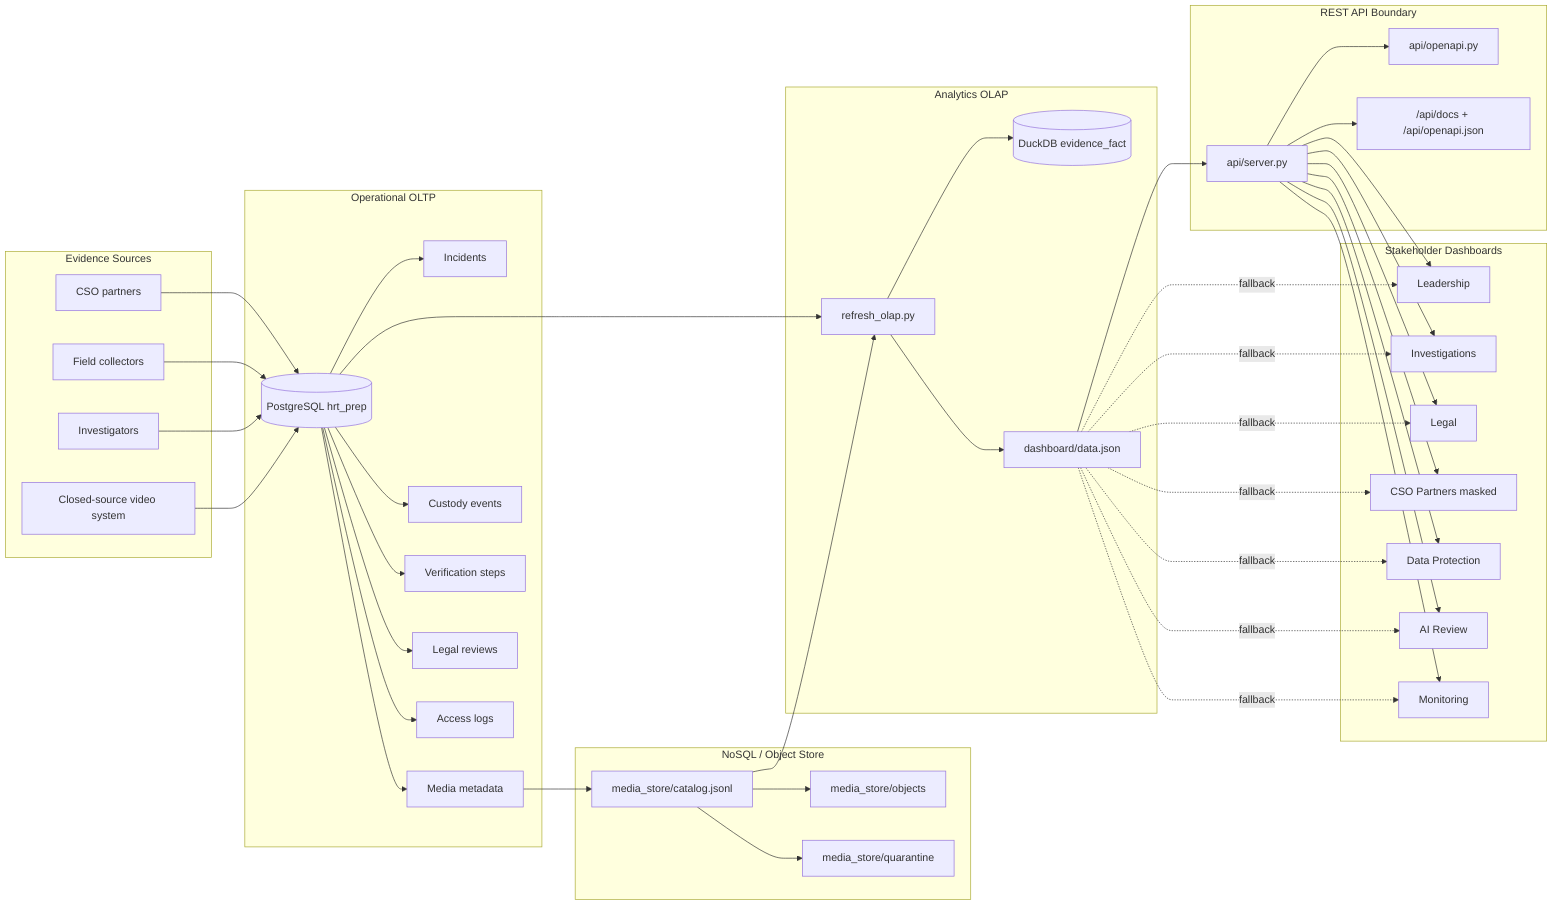
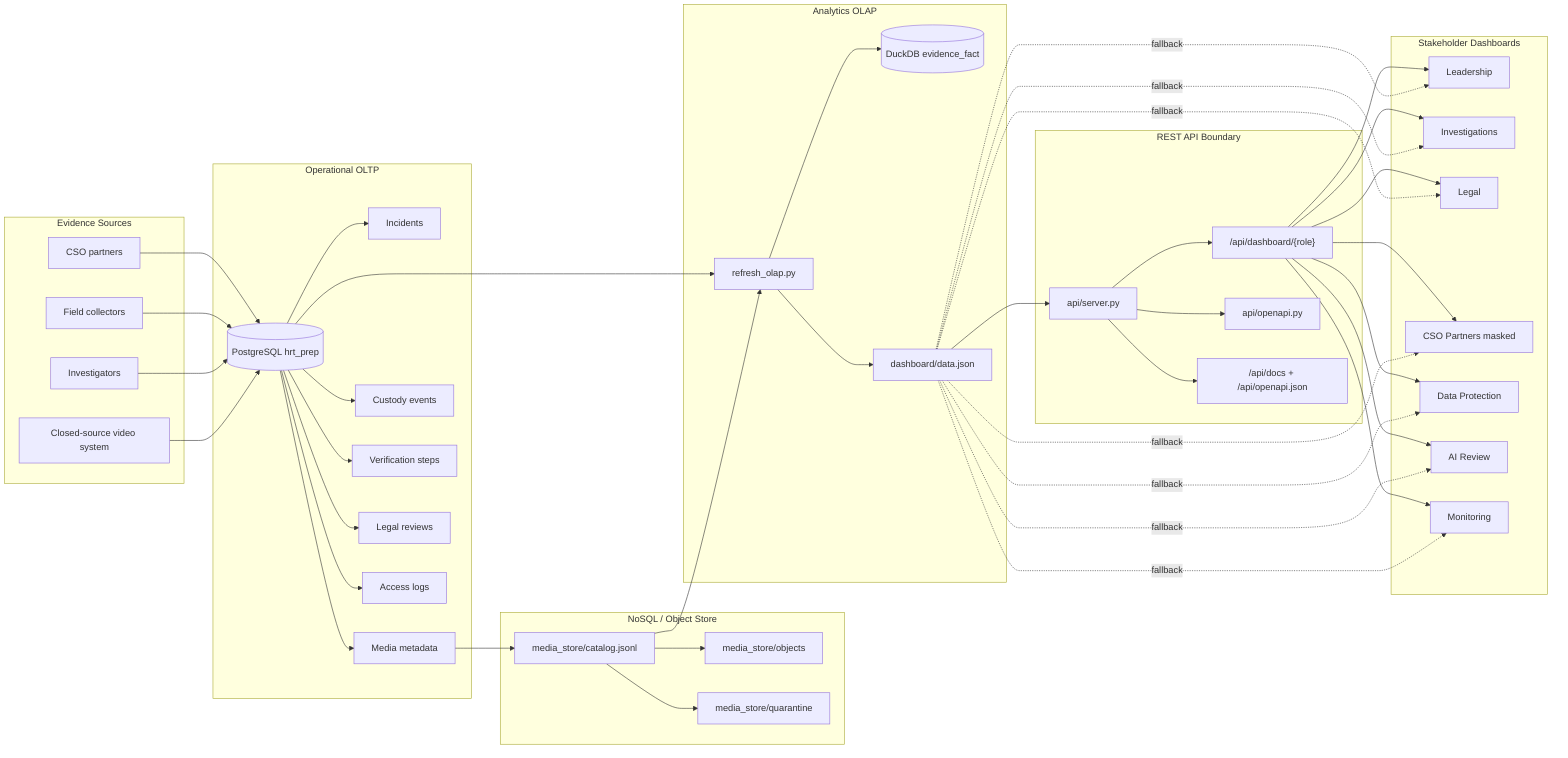
flowchart LR
    subgraph Sources[Evidence Sources]
        CSO[CSO partners]
        Field[Field collectors]
        Inv[Investigators]
        Vendor[Closed-source video system]
    end

    subgraph OLTP[Operational OLTP]
        PG[("PostgreSQL hrt_prep")]
        Incidents[Incidents]
        Media[Media metadata]
        Custody[Custody events]
        Verify[Verification steps]
        Legal[Legal reviews]
        Access[Access logs]
    end

    subgraph ObjectStore[NoSQL / Object Store]
        Catalog["media_store/catalog.jsonl"]
        Objects["media_store/objects"]
        Quarantine["media_store/quarantine"]
    end

    subgraph OLAP[Analytics OLAP]
        ETL["refresh_olap.py"]
        Duck[(DuckDB evidence_fact)]
        Snapshot["dashboard/data.json"]
    end

    subgraph API[REST API Boundary]
        ApiServer["api/server.py"]
+         RoleApi["/api/dashboard/{role}"]
        ApiContract["api/openapi.py"]
        ApiDocs["/api/docs + /api/openapi.json"]
    end

    subgraph Dashboard[Stakeholder Dashboards]
        Lead[Leadership]
        Ops[Investigations]
        Law[Legal]
        Partner[CSO Partners masked]
        DP[Data Protection]
        AI[AI Review]
        Mon[Monitoring]
    end

    CSO --> PG
    Field --> PG
    Inv --> PG
    Vendor --> PG
    PG --> Incidents
    PG --> Media
    PG --> Custody
    PG --> Verify
    PG --> Legal
    PG --> Access
    Media --> Catalog
    Catalog --> Objects
    Catalog --> Quarantine
    PG --> ETL
    Catalog --> ETL
    ETL --> Duck
    ETL --> Snapshot
    Snapshot --> ApiServer
+     ApiServer --> RoleApi
    ApiServer --> ApiContract
    ApiServer --> ApiDocs
-     ApiServer --> Lead
-     ApiServer --> Ops
-     ApiServer --> Law
-     ApiServer --> Partner
-     ApiServer --> DP
-     ApiServer --> AI
-     ApiServer --> Mon
+     RoleApi --> Lead
+     RoleApi --> Ops
+     RoleApi --> Law
+     RoleApi --> Partner
+     RoleApi --> DP
+     RoleApi --> AI
+     RoleApi --> Mon
    Snapshot -. fallback .-> Lead
    Snapshot -. fallback .-> Ops
    Snapshot -. fallback .-> Law
    Snapshot -. fallback .-> Partner
    Snapshot -. fallback .-> DP
    Snapshot -. fallback .-> AI
    Snapshot -. fallback .-> Mon
